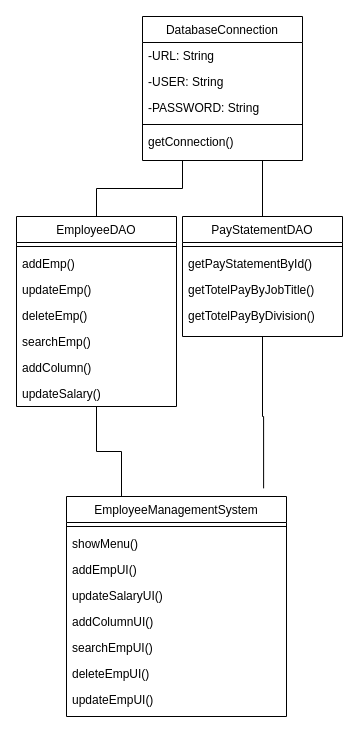
This is Diagram/classDiagram2.drawio from linnypham/CSC3350_project, a draw.io file, before an edit. Source tidied: cells renumbered, new cells numbered last; positions are measured from the earlier drawing's top-left corner, leaving out a move shared by most shapes. Both pictures are drawn from the tidied source at 100%, with x=0, y=0 at pixel (16, 16).
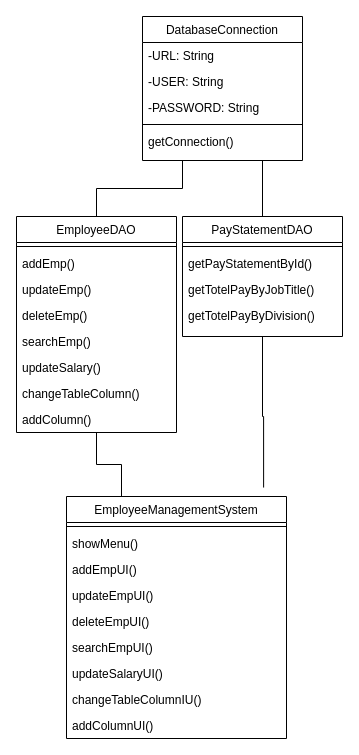
The same page after the edit.

Change to the diagram source:
```diff
@@
     <mxCell id="4" value="EmployeeDAO" style="swimlane;fontStyle=0;align=center;verticalAlign=top;horizontal=1;startSize=26;rounded=0;shadow=0;strokeWidth=1;" parent="1" vertex="1">
-      <mxGeometry y="200" width="160" height="190" as="geometry" />
+      <mxGeometry y="200" width="160" height="216" as="geometry" />
     </mxCell>
@@
+    <mxCell id="11" value="updateSalary()" style="text;align=left;verticalAlign=top;spacingLeft=4;spacingRight=4;overflow=hidden;" parent="4" vertex="1">
+      <mxGeometry y="138" width="160" height="26" as="geometry" />
+    </mxCell>
+    <mxCell id="34" value="changeTableColumn()" style="text;align=left;verticalAlign=top;spacingLeft=4;spacingRight=4;overflow=hidden;" parent="4" vertex="1">
+      <mxGeometry y="164" width="160" height="26" as="geometry" />
+    </mxCell>
     <mxCell id="10" value="addColumn()" style="text;align=left;verticalAlign=top;spacingLeft=4;spacingRight=4;overflow=hidden;" parent="4" vertex="1">
-      <mxGeometry y="138" width="160" height="26" as="geometry" />
+      <mxGeometry y="190" width="160" height="26" as="geometry" />
     </mxCell>
-    <mxCell id="11" value="updateSalary()" style="text;align=left;verticalAlign=top;spacingLeft=4;spacingRight=4;overflow=hidden;" parent="4" vertex="1">
-      <mxGeometry y="164" width="160" height="26" as="geometry" />
-    </mxCell>
@@
     <mxCell id="19" value="EmployeeManagementSystem" style="swimlane;fontStyle=0;align=center;verticalAlign=top;horizontal=1;startSize=26;rounded=0;shadow=0;strokeWidth=1;" parent="1" vertex="1">
-      <mxGeometry x="50" y="480" width="220" height="220" as="geometry" />
+      <mxGeometry x="50" y="480" width="220" height="242" as="geometry" />
     </mxCell>
@@
+    <mxCell id="27" value="updateEmpUI()" style="text;align=left;verticalAlign=top;spacingLeft=4;spacingRight=4;overflow=hidden;" parent="19" vertex="1">
+      <mxGeometry y="86" width="220" height="26" as="geometry" />
+    </mxCell>
+    <mxCell id="26" value="deleteEmpUI()" style="text;align=left;verticalAlign=top;spacingLeft=4;spacingRight=4;overflow=hidden;" parent="19" vertex="1">
+      <mxGeometry y="112" width="220" height="26" as="geometry" />
+    </mxCell>
+    <mxCell id="25" value="searchEmpUI()" style="text;align=left;verticalAlign=top;spacingLeft=4;spacingRight=4;overflow=hidden;" parent="19" vertex="1">
+      <mxGeometry y="138" width="220" height="26" as="geometry" />
+    </mxCell>
     <mxCell id="23" value="updateSalaryUI()" style="text;align=left;verticalAlign=top;spacingLeft=4;spacingRight=4;overflow=hidden;" parent="19" vertex="1">
-      <mxGeometry y="86" width="220" height="26" as="geometry" />
+      <mxGeometry y="164" width="220" height="26" as="geometry" />
     </mxCell>
+    <mxCell id="35" value="changeTableColumnIU()" style="text;align=left;verticalAlign=top;spacingLeft=4;spacingRight=4;overflow=hidden;" parent="19" vertex="1">
+      <mxGeometry y="190" width="220" height="26" as="geometry" />
+    </mxCell>
     <mxCell id="24" value="addColumnUI()" style="text;align=left;verticalAlign=top;spacingLeft=4;spacingRight=4;overflow=hidden;" parent="19" vertex="1">
-      <mxGeometry y="112" width="220" height="26" as="geometry" />
+      <mxGeometry y="216" width="220" height="26" as="geometry" />
     </mxCell>
-    <mxCell id="25" value="searchEmpUI()" style="text;align=left;verticalAlign=top;spacingLeft=4;spacingRight=4;overflow=hidden;" parent="19" vertex="1">
-      <mxGeometry y="138" width="220" height="26" as="geometry" />
-    </mxCell>
-    <mxCell id="26" value="deleteEmpUI()" style="text;align=left;verticalAlign=top;spacingLeft=4;spacingRight=4;overflow=hidden;" parent="19" vertex="1">
-      <mxGeometry y="164" width="220" height="26" as="geometry" />
-    </mxCell>
-    <mxCell id="27" value="updateEmpUI()" style="text;align=left;verticalAlign=top;spacingLeft=4;spacingRight=4;overflow=hidden;" parent="19" vertex="1">
-      <mxGeometry y="190" width="220" height="26" as="geometry" />
-    </mxCell>
```
